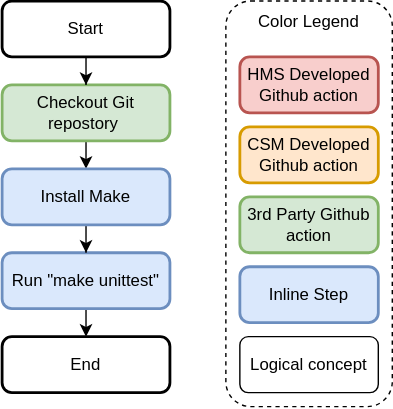
Before: docs/run_unit_test/run_unit_tests_job.svg, a diagram exported from draw.io (Cray-HPE/hms-build-image-workflows). Source tidied: cells renumbered, new cells last; positions are measured from the earlier drawing's top-left corner, leaving out a move shared by most shapes.
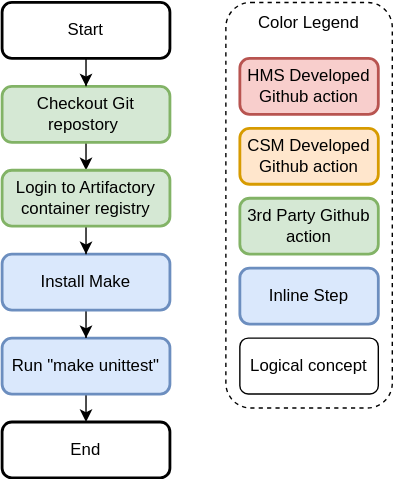
After the change.

What changed in the source:
```diff
@@ -41,16 +41,22 @@
       <mxGeometry relative="1" as="geometry" />
     </mxCell>
     <mxCell id="14" value="Run &quot;make unittest&quot;" style="rounded=1;whiteSpace=wrap;html=1;absoluteArcSize=1;arcSize=14;strokeWidth=2;fillColor=#dae8fc;strokeColor=#6c8ebf;" parent="1" vertex="1">
-      <mxGeometry y="180" width="120" height="40" as="geometry" />
+      <mxGeometry y="240" width="120" height="40" as="geometry" />
     </mxCell>
     <mxCell id="15" style="edgeStyle=orthogonalEdgeStyle;rounded=0;jettySize=auto;html=1;exitX=0.5;exitY=1;exitDx=0;exitDy=0;" parent="1" edge="1" source="16" target="14">
       <mxGeometry relative="1" as="geometry" />
     </mxCell>
     <mxCell id="16" value="Install Make" style="rounded=1;whiteSpace=wrap;html=1;absoluteArcSize=1;arcSize=14;strokeWidth=2;fillColor=#dae8fc;strokeColor=#6c8ebf;" parent="1" vertex="1">
-      <mxGeometry y="120" width="120" height="40" as="geometry" />
+      <mxGeometry y="180" width="120" height="40" as="geometry" />
     </mxCell>
     <mxCell id="17" value="End" style="rounded=1;whiteSpace=wrap;html=1;absoluteArcSize=1;arcSize=14;strokeWidth=2;" parent="1" vertex="1">
-      <mxGeometry y="240" width="120" height="40" as="geometry" />
+      <mxGeometry y="300" width="120" height="40" as="geometry" />
     </mxCell>
+    <mxCell id="18" style="edgeStyle=orthogonalEdgeStyle;rounded=0;jettySize=auto;html=1;exitX=0.5;exitY=1;exitDx=0;exitDy=0;" parent="1" edge="1" source="19" target="16">
+      <mxGeometry relative="1" as="geometry" />
+    </mxCell>
+    <mxCell id="19" value="&lt;span&gt;Login to Artifactory container registry&lt;/span&gt;" style="rounded=1;whiteSpace=wrap;html=1;absoluteArcSize=1;arcSize=14;strokeWidth=2;fillColor=#d5e8d4;strokeColor=#82b366;" parent="1" vertex="1">
+      <mxGeometry y="120" width="120" height="40" as="geometry" />
+    </mxCell>
   </root>
 </mxGraphModel>
```
